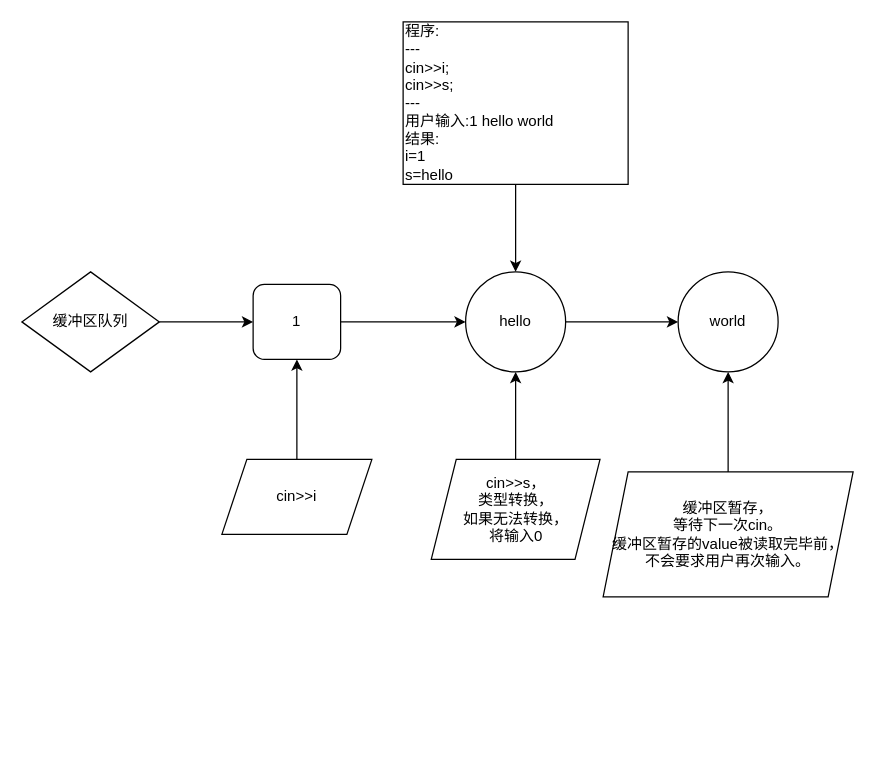
Earlier version of the draw.io diagram 未命名绘图.drawio (MrXnneHang/drawio). Source tidied: cells renumbered, new cells numbered last; positions are measured from the earlier drawing's top-left corner, leaving out a move shared by most shapes. Both pictures are drawn from the tidied source at 125%, with x=0, y=0 at pixel (21, 21).
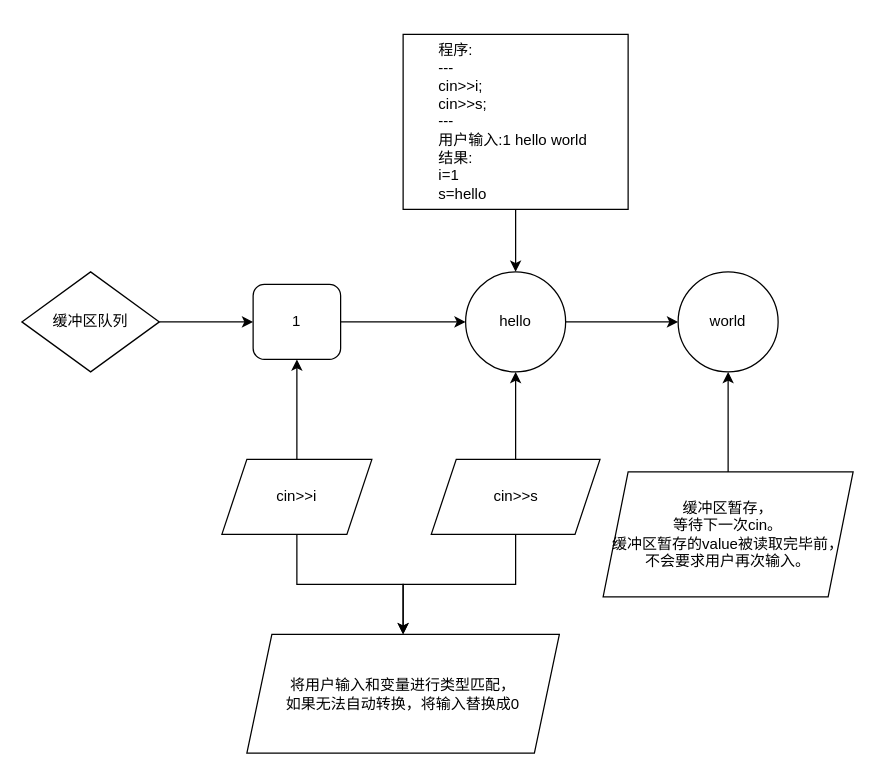
The same page after the edit.

Commit message (it also covers changes not shown here):
更新未命名绘图.drawio

Change to the diagram source:
```diff
@@
 <mxGraphModel>
   <root>
     <mxCell id="0" />
     <mxCell id="1" parent="0" />
     <mxCell id="2" style="edgeStyle=orthogonalEdgeStyle;rounded=0;jettySize=auto;html=1;" parent="1" edge="1" source="3" target="5">
       <mxGeometry relative="1" as="geometry" />
     </mxCell>
     <mxCell id="3" value="1" style="rounded=1;whiteSpace=wrap;html=1;" parent="1" vertex="1">
       <mxGeometry x="185" y="210" width="70" height="60" as="geometry" />
     </mxCell>
     <mxCell id="4" style="edgeStyle=orthogonalEdgeStyle;rounded=0;jettySize=auto;html=1;" parent="1" edge="1" source="5" target="6">
       <mxGeometry relative="1" as="geometry" />
     </mxCell>
     <mxCell id="5" value="hello" style="ellipse;whiteSpace=wrap;html=1;" parent="1" vertex="1">
       <mxGeometry x="355" y="200" width="80" height="80" as="geometry" />
     </mxCell>
     <mxCell id="6" value="world" style="ellipse;whiteSpace=wrap;html=1;" parent="1" vertex="1">
       <mxGeometry x="525" y="200" width="80" height="80" as="geometry" />
     </mxCell>
     <mxCell id="7" style="edgeStyle=orthogonalEdgeStyle;rounded=0;jettySize=auto;html=1;" parent="1" edge="1" source="8" target="3">
       <mxGeometry relative="1" as="geometry" />
     </mxCell>
+    <mxCell id="17" style="edgeStyle=orthogonalEdgeStyle;rounded=0;jettySize=auto;html=1;" parent="1" edge="1" source="8" target="19">
+      <mxGeometry relative="1" as="geometry" />
+    </mxCell>
     <mxCell id="8" value="cin&amp;gt;&amp;gt;i" style="shape=parallelogram;perimeter=parallelogramPerimeter;whiteSpace=wrap;html=1;fixedSize=1;" parent="1" vertex="1">
       <mxGeometry x="160" y="350" width="120" height="60" as="geometry" />
     </mxCell>
     <mxCell id="9" style="edgeStyle=orthogonalEdgeStyle;rounded=0;jettySize=auto;html=1;" parent="1" edge="1" source="10" target="5">
       <mxGeometry relative="1" as="geometry" />
     </mxCell>
-    <mxCell id="10" value="&lt;div&gt;程序:&lt;/div&gt;&lt;div&gt;---&lt;/div&gt;cin&amp;gt;&amp;gt;i;&lt;div&gt;cin&amp;gt;&amp;gt;s;&lt;/div&gt;&lt;div&gt;---&lt;/div&gt;&lt;div&gt;用户输入:1 hello world&lt;/div&gt;&lt;div&gt;结果:&lt;/div&gt;&lt;div&gt;i=1&lt;/div&gt;&lt;div&gt;s=hello&lt;/div&gt;" style="rounded=0;whiteSpace=wrap;html=1;align=left;" parent="1" vertex="1">
-      <mxGeometry x="305" width="180" height="130" as="geometry" />
+    <mxCell id="10" value="&lt;div&gt;&lt;span style=&quot;white-space: pre;&quot;&gt;&#9;&lt;/span&gt;程序:&lt;/div&gt;&lt;div&gt;&lt;span style=&quot;white-space: pre;&quot;&gt;&#9;&lt;/span&gt;---&lt;/div&gt;&lt;span style=&quot;white-space: pre;&quot;&gt;&#9;&lt;/span&gt;cin&amp;gt;&amp;gt;i;&lt;div&gt;&lt;span style=&quot;white-space: pre;&quot;&gt;&#9;&lt;/span&gt;cin&amp;gt;&amp;gt;s;&lt;/div&gt;&lt;div&gt;&lt;span style=&quot;white-space: pre;&quot;&gt;&#9;&lt;/span&gt;---&lt;/div&gt;&lt;div&gt;&lt;span style=&quot;white-space: pre;&quot;&gt;&#9;&lt;/span&gt;用户输入:1 hello world&lt;/div&gt;&lt;div&gt;&lt;span style=&quot;white-space: pre;&quot;&gt;&#9;&lt;/span&gt;结果:&lt;/div&gt;&lt;div&gt;&lt;span style=&quot;white-space: pre;&quot;&gt;&#9;&lt;/span&gt;i=1&lt;/div&gt;&lt;div&gt;&lt;span style=&quot;white-space: pre;&quot;&gt;&#9;&lt;/span&gt;s=hello&lt;/div&gt;" style="rounded=0;whiteSpace=wrap;html=1;align=left;" parent="1" vertex="1">
+      <mxGeometry x="305" y="10" width="180" height="140" as="geometry" />
     </mxCell>
     <mxCell id="11" style="edgeStyle=orthogonalEdgeStyle;rounded=0;jettySize=auto;html=1;" parent="1" edge="1" source="12" target="5">
       <mxGeometry relative="1" as="geometry" />
     </mxCell>
+    <mxCell id="18" style="edgeStyle=orthogonalEdgeStyle;rounded=0;jettySize=auto;html=1;entryX=0.5;entryY=0;entryDx=0;entryDy=0;" parent="1" edge="1" source="12" target="19">
+      <mxGeometry relative="1" as="geometry" />
+    </mxCell>
-    <mxCell id="12" value="cin&amp;gt;&amp;gt;s，&lt;div&gt;类型转换，&lt;/div&gt;&lt;div&gt;如果无法转换，&lt;/div&gt;&lt;div&gt;将输入0&lt;/div&gt;" style="shape=parallelogram;perimeter=parallelogramPerimeter;whiteSpace=wrap;html=1;fixedSize=1;" parent="1" vertex="1">
-      <mxGeometry x="327.5" y="350" width="135" height="80" as="geometry" />
+    <mxCell id="12" value="cin&amp;gt;&amp;gt;s" style="shape=parallelogram;perimeter=parallelogramPerimeter;whiteSpace=wrap;html=1;fixedSize=1;" parent="1" vertex="1">
+      <mxGeometry x="327.5" y="350" width="135" height="60" as="geometry" />
     </mxCell>
     <mxCell id="13" style="edgeStyle=orthogonalEdgeStyle;rounded=0;jettySize=auto;html=1;" parent="1" edge="1" source="14" target="3">
       <mxGeometry relative="1" as="geometry" />
     </mxCell>
     <mxCell id="14" value="缓冲区队列" style="rhombus;whiteSpace=wrap;html=1;" parent="1" vertex="1">
       <mxGeometry y="200" width="110" height="80" as="geometry" />
     </mxCell>
     <mxCell id="15" style="edgeStyle=orthogonalEdgeStyle;rounded=0;jettySize=auto;html=1;" parent="1" edge="1" source="16" target="6">
       <mxGeometry relative="1" as="geometry" />
     </mxCell>
     <mxCell id="16" value="缓冲区暂存，&lt;div&gt;等待下一次cin。&lt;/div&gt;&lt;div&gt;缓冲区暂存的value被读取完毕前，&lt;/div&gt;&lt;div&gt;不会要求用户再次输入。&lt;/div&gt;" style="shape=parallelogram;perimeter=parallelogramPerimeter;whiteSpace=wrap;html=1;fixedSize=1;" parent="1" vertex="1">
       <mxGeometry x="465" y="360" width="200" height="100" as="geometry" />
     </mxCell>
+    <mxCell id="19" value="将用户输入和变量进行类型匹配，&lt;div&gt;如果无法自动转换，将输入替换成0&lt;/div&gt;" style="shape=parallelogram;perimeter=parallelogramPerimeter;whiteSpace=wrap;html=1;fixedSize=1;" parent="1" vertex="1">
+      <mxGeometry x="180" y="490" width="250" height="95" as="geometry" />
+    </mxCell>
   </root>
 </mxGraphModel>
```
